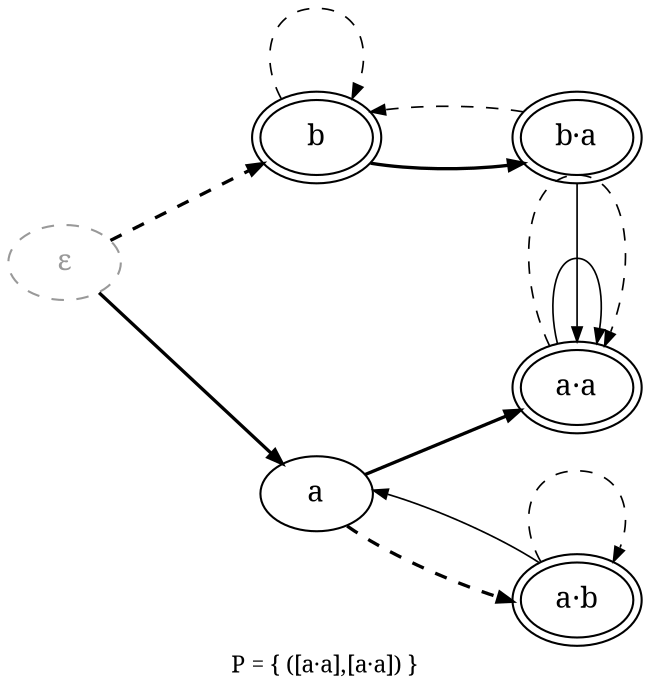
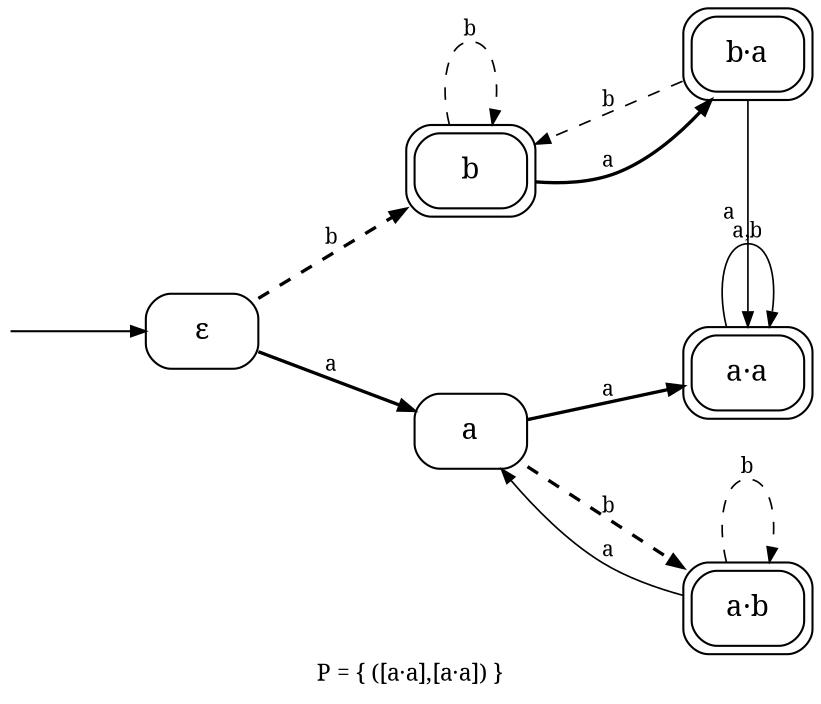
// sos2cayley gf_aa.sos --rename a=a,!a=b
digraph core_F1_gf_aa {
  rankdir=LR;
  ranksep=0.87; nodesep=0.55;
-   node [shape=ellipse, fontname="serif", margin="0.04,0.02"];
-   edge [fontname="serif", arrowsize=0.7];
+   node [shape=box, style=rounded, fontname="serif", margin="0.06,0.03"];
+   edge [fontname="serif", fontsize=10, arrowsize=0.7];
  label="P = { ([a·a],[a·a]) }"; labelloc="b"; labeljust="c";
  fontname="serif"; fontsize=11;

-   eps [label="ε", style=dashed, color="grey60", fontcolor="grey60"];
+   eps [label="ε"];
  a [label="a"];
  b [label="b", peripheries=2];
  aa [label="a·a", peripheries=2];
  ab [label="a·b", peripheries=2];
  ba [label="b·a", peripheries=2];
+   _init [shape=none, label="", width=0.02, height=0.02];
+   _init -> eps;

  { rank=same; eps; }
  { rank=same; a b; }
  { rank=same; aa ab ba; }

-   eps -> a [style=solid, penwidth=1.6];
-   eps -> b [style=dashed, penwidth=1.6];
-   a -> aa [style=solid, penwidth=1.6];
-   a -> ab [style=dashed, penwidth=1.6];
-   b -> ba [style=solid, penwidth=1.6];
-   b -> b [style=dashed, penwidth=0.8];
-   aa -> aa [style=solid, penwidth=0.8];
-   aa -> aa [style=dashed, penwidth=0.8];
-   ab -> a [style=solid, penwidth=0.8];
-   ab -> ab [style=dashed, penwidth=0.8];
-   ba -> aa [style=solid, penwidth=0.8];
-   ba -> b [style=dashed, penwidth=0.8];
+   eps -> a [label="a", style=solid, penwidth=1.6];
+   eps -> b [label="b", style=dashed, penwidth=1.6];
+   a -> aa [label="a", style=solid, penwidth=1.6];
+   a -> ab [label="b", style=dashed, penwidth=1.6];
+   b -> ba [label="a", style=solid, penwidth=1.6];
+   b -> b [label="b", style=dashed, penwidth=0.8];
+   aa -> aa [label="a,b", style=solid, penwidth=0.8];
+   ab -> a [label="a", style=solid, penwidth=0.8];
+   ab -> ab [label="b", style=dashed, penwidth=0.8];
+   ba -> aa [label="a", style=solid, penwidth=0.8];
+   ba -> b [label="b", style=dashed, penwidth=0.8];
}
